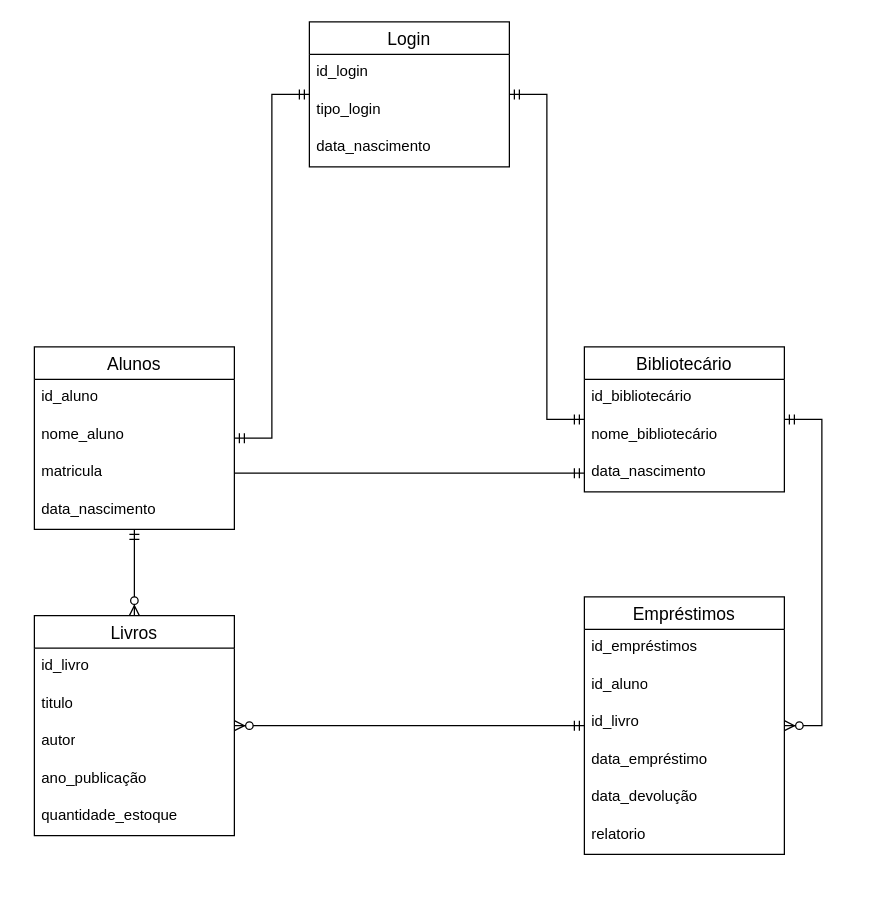
The draw.io diagram AmbienteDados.drawio in SamuelKopf/Diagramas, before the edit. Source tidied: cells renumbered, new cells numbered last; positions are measured from the earlier drawing's top-left corner, leaving out a move shared by most shapes. Both pictures are drawn from the tidied source at 125%, with x=0, y=0 at pixel (34, 21).
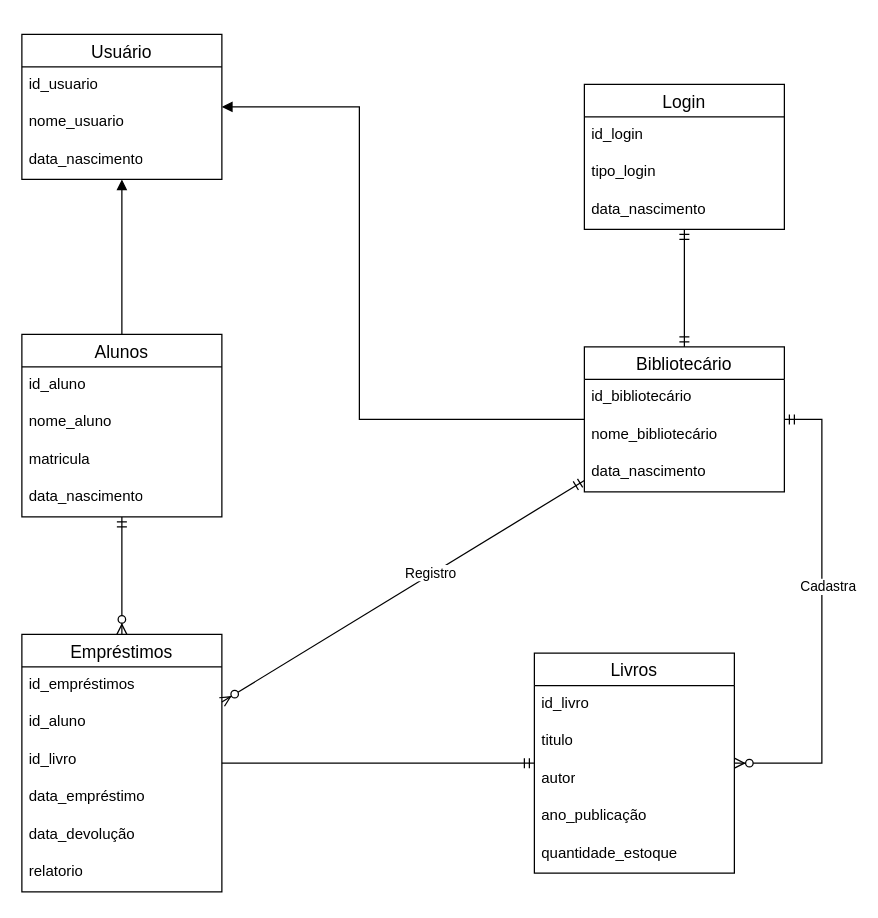
After the change.

Unchanged cells that the change refers to:
```xml
<mxCell id="5" value="matricula" style="text;strokeColor=none;fillColor=none;spacingLeft=4;spacingRight=4;overflow=hidden;points=[[0,0.5],[1,0.5]];portConstraint=eastwest;fontSize=12;whiteSpace=wrap;html=1;" parent="2" vertex="1">
  <mxGeometry y="86" width="160" height="30" as="geometry" />
</mxCell>
<mxCell id="20" value="Bibliotecário" style="swimlane;fontStyle=0;horizontal=1;startSize=26;align=center;fontSize=14;" parent="1" vertex="1">
  <mxGeometry x="440" y="260" width="160" height="116" as="geometry" />
</mxCell>
<mxCell id="23" value="data_nascimento" style="text;strokeColor=none;fillColor=none;spacingLeft=4;spacingRight=4;overflow=hidden;points=[[0,0.5],[1,0.5]];portConstraint=eastwest;fontSize=12;whiteSpace=wrap;html=1;" parent="20" vertex="1">
  <mxGeometry y="86" width="160" height="30" as="geometry" />
</mxCell>
```

What changed in the source:
```diff
@@
     <mxCell id="2" value="Alunos" style="swimlane;fontStyle=0;horizontal=1;startSize=26;align=center;fontSize=14;" parent="1" vertex="1">
-      <mxGeometry y="260" width="160" height="146" as="geometry" />
+      <mxGeometry x="-10" y="250" width="160" height="146" as="geometry" />
     </mxCell>
@@
     <mxCell id="7" value="Livros" style="swimlane;fontStyle=0;horizontal=1;startSize=26;align=center;fontSize=14;" parent="1" vertex="1">
-      <mxGeometry y="475" width="160" height="176" as="geometry" />
+      <mxGeometry x="400" y="505" width="160" height="176" as="geometry" />
     </mxCell>
@@
     <mxCell id="13" value="Empréstimos" style="swimlane;fontStyle=0;horizontal=1;startSize=26;align=center;fontSize=14;" parent="1" vertex="1">
-      <mxGeometry x="440" y="460" width="160" height="206" as="geometry" />
+      <mxGeometry x="-10" y="490" width="160" height="206" as="geometry" />
     </mxCell>
@@
     <mxCell id="24" value="Login" style="swimlane;fontStyle=0;horizontal=1;startSize=26;align=center;fontSize=14;" parent="1" vertex="1">
-      <mxGeometry x="220" width="160" height="116" as="geometry" />
+      <mxGeometry x="440" y="50" width="160" height="116" as="geometry" />
     </mxCell>
@@
-    <mxCell id="28" style="edgeStyle=entityRelationEdgeStyle;fontSize=12;html=1;endArrow=ERmandOne;rounded=0;exitX=1;exitY=0.5;exitDx=0;exitDy=0;entryX=0;entryY=0.5;entryDx=0;entryDy=0;" parent="1" edge="1" source="5" target="23">
-      <mxGeometry relative="1" as="geometry" />
-    </mxCell>
+    <mxCell id="32" style="fontSize=12;html=1;endArrow=ERmandOne;startArrow=ERmandOne;rounded=0;" parent="1" edge="1" source="20" target="24">
+      <mxGeometry relative="1" as="geometry" />
+    </mxCell>
+    <mxCell id="34" value="Usuário" style="swimlane;fontStyle=0;horizontal=1;startSize=26;align=center;fontSize=14;" parent="1" vertex="1">
+      <mxGeometry x="-10" y="10" width="160" height="116" as="geometry" />
+    </mxCell>
+    <mxCell id="35" value="id_usuario" style="text;strokeColor=none;fillColor=none;spacingLeft=4;spacingRight=4;overflow=hidden;fontSize=12;whiteSpace=wrap;html=1;" parent="34" vertex="1">
+      <mxGeometry y="26" width="160" height="30" as="geometry" />
+    </mxCell>
+    <mxCell id="36" value="nome_usuario" style="text;strokeColor=none;fillColor=none;spacingLeft=4;spacingRight=4;overflow=hidden;fontSize=12;whiteSpace=wrap;html=1;" parent="34" vertex="1">
+      <mxGeometry y="56" width="160" height="30" as="geometry" />
+    </mxCell>
+    <mxCell id="37" value="data_nascimento" style="text;strokeColor=none;fillColor=none;spacingLeft=4;spacingRight=4;overflow=hidden;fontSize=12;whiteSpace=wrap;html=1;" parent="34" vertex="1">
+      <mxGeometry y="86" width="160" height="30" as="geometry" />
+    </mxCell>
+    <mxCell id="38" style="edgeStyle=entityRelationEdgeStyle;fontSize=12;html=1;endArrow=ERzeroToMany;startArrow=ERmandOne;rounded=0;" parent="1" edge="1" source="20" target="7">
+      <mxGeometry relative="1" as="geometry" />
+    </mxCell>
+    <mxCell id="39" value="Cadastra" style="edgeLabel;html=1;align=center;verticalAlign=middle;" parent="38" vertex="1">
+      <mxGeometry x="-0.13" y="4" relative="1" as="geometry" />
+    </mxCell>
-    <mxCell id="29" style="edgeStyle=entityRelationEdgeStyle;fontSize=12;html=1;endArrow=ERzeroToMany;startArrow=ERmandOne;rounded=0;" parent="1" edge="1" source="20" target="13">
+    <mxCell id="29" style="fontSize=12;html=1;endArrow=ERzeroToMany;startArrow=ERmandOne;rounded=0;" parent="1" edge="1" source="20" target="13">
       <mxGeometry relative="1" as="geometry" />
     </mxCell>
+    <mxCell id="40" value="Registro" style="edgeLabel;html=1;align=center;verticalAlign=middle;" parent="29" vertex="1">
+      <mxGeometry x="-0.15" y="-2" relative="1" as="geometry" />
+    </mxCell>
+    <mxCell id="41" style="fontSize=12;html=1;endArrow=ERzeroToMany;startArrow=ERmandOne;rounded=0;" parent="1" edge="1" source="2" target="13">
+      <mxGeometry relative="1" as="geometry" />
+    </mxCell>
-    <mxCell id="30" style="edgeStyle=entityRelationEdgeStyle;fontSize=12;html=1;endArrow=ERzeroToMany;startArrow=ERmandOne;rounded=0;" parent="1" edge="1" source="13" target="7">
+    <mxCell id="30" style="fontSize=12;html=1;endArrow=ERmandOne;rounded=0;edgeStyle=orthogonalEdgeStyle;" parent="1" edge="1" source="13" target="7">
       <mxGeometry relative="1" as="geometry" />
     </mxCell>
-    <mxCell id="31" style="edgeStyle=entityRelationEdgeStyle;fontSize=12;html=1;endArrow=ERmandOne;startArrow=ERmandOne;rounded=0;" parent="1" edge="1" source="2" target="24">
-      <mxGeometry relative="1" as="geometry" />
-    </mxCell>
-    <mxCell id="32" style="edgeStyle=entityRelationEdgeStyle;fontSize=12;html=1;endArrow=ERmandOne;startArrow=ERmandOne;rounded=0;" parent="1" edge="1" source="20" target="24">
-      <mxGeometry relative="1" as="geometry" />
-    </mxCell>
-    <mxCell id="33" style="fontSize=12;html=1;endArrow=ERzeroToMany;startArrow=ERmandOne;rounded=0;" parent="1" edge="1" source="2" target="7">
-      <mxGeometry relative="1" as="geometry" />
-    </mxCell>
+    <mxCell id="42" style="html=1;verticalAlign=bottom;endArrow=block;curved=0;rounded=0;exitX=0.5;exitY=0;exitDx=0;exitDy=0;" parent="1" edge="1" source="2" target="34">
+      <mxGeometry relative="1" as="geometry" />
+    </mxCell>
+    <mxCell id="43" style="html=1;verticalAlign=bottom;endArrow=block;rounded=0;edgeStyle=orthogonalEdgeStyle;" parent="1" edge="1" source="20" target="34">
+      <mxGeometry relative="1" as="geometry">
+        <Array as="points">
+          <mxPoint x="260" y="318" />
+          <mxPoint x="260" y="68" />
+        </Array>
+      </mxGeometry>
+    </mxCell>
```
